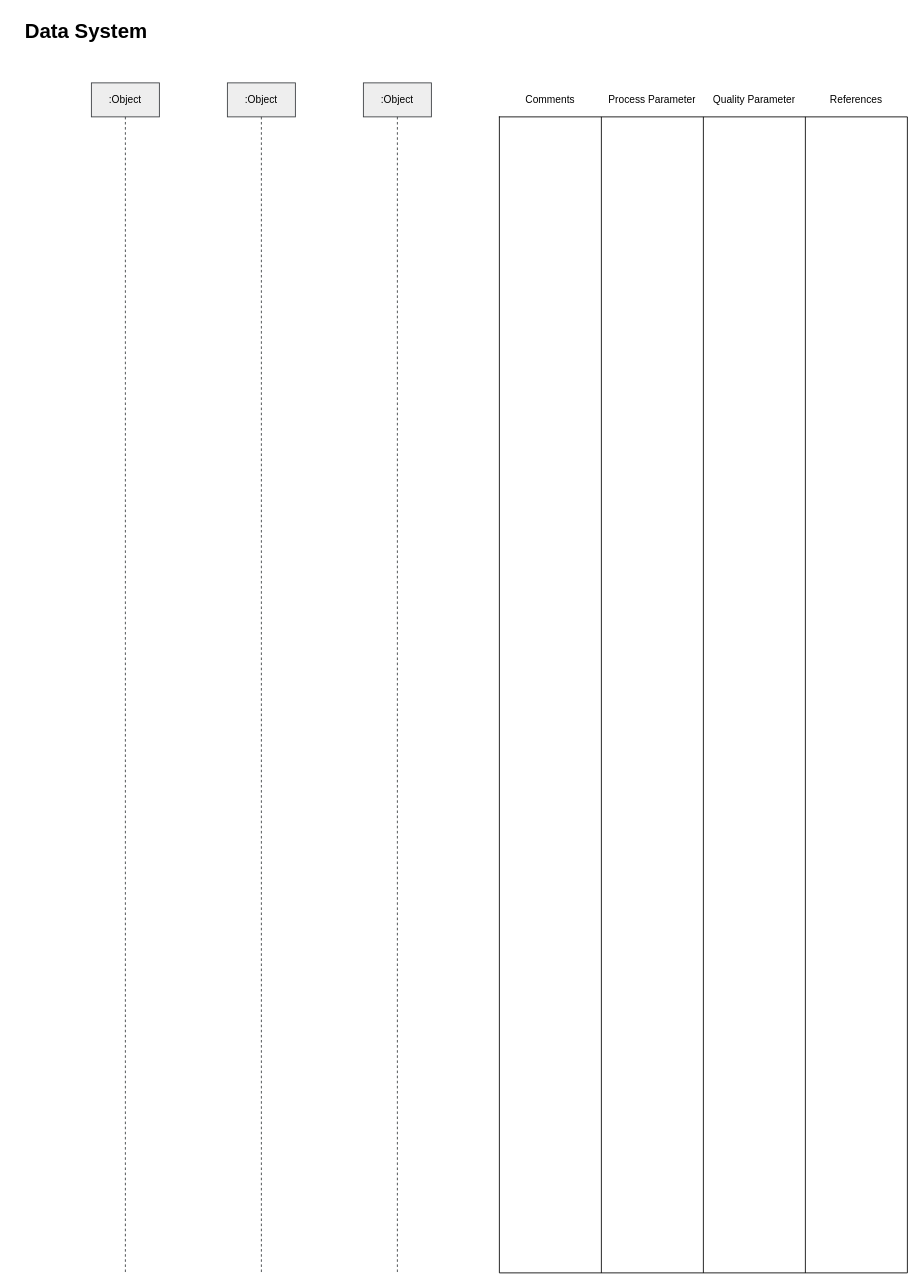
Earlier version of the draw.io diagram page "Data System" (2 of 4) of models/Unbenanntes Diagramm.drawio (griemide/BPMN). Source tidied: cells renumbered, new cells numbered last; positions are measured from the earlier drawing's top-left corner, leaving out a move shared by most shapes. Both pictures are drawn from the tidied source at 85%, with x=0, y=0 at pixel (23, 14).
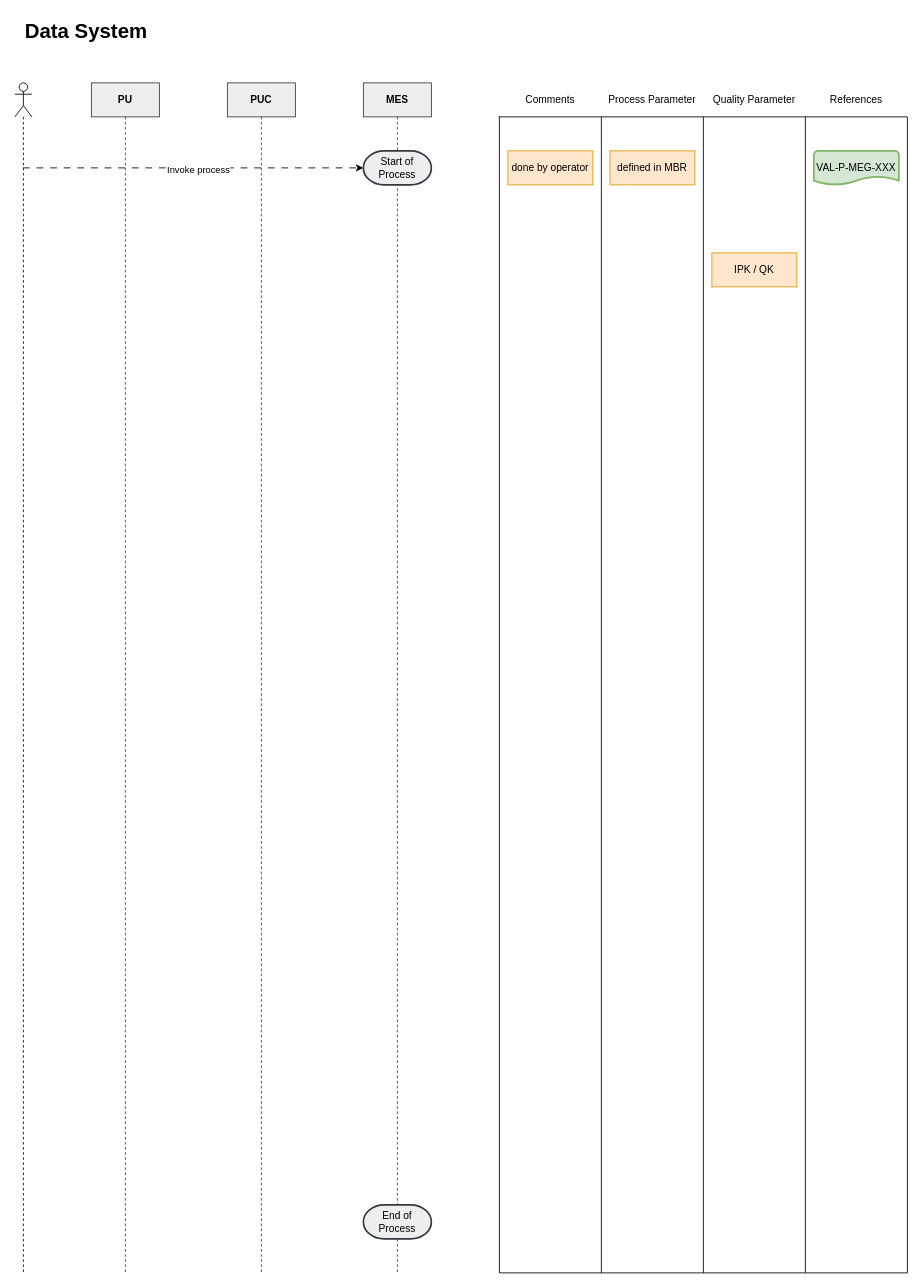
The same page after the edit.

Change to the diagram source:
```diff
@@
-    <mxCell id="2" value=":Object" style="shape=umlLifeline;perimeter=lifelinePerimeter;whiteSpace=wrap;html=1;newEdgeStyle={&quot;curved&quot;:0,&quot;rounded&quot;:0};fillColor=#eeeeee;strokeColor=#36393d;" parent="1" vertex="1">
+    <mxCell id="2" value="PU" style="shape=umlLifeline;perimeter=lifelinePerimeter;whiteSpace=wrap;html=1;newEdgeStyle={&quot;curved&quot;:0,&quot;rounded&quot;:0};fillColor=#eeeeee;strokeColor=#36393d;fontStyle=1;" parent="1" vertex="1">
       <mxGeometry x="80" y="80" width="80" height="1400" as="geometry" />
     </mxCell>
-    <mxCell id="3" value=":Object" style="shape=umlLifeline;perimeter=lifelinePerimeter;whiteSpace=wrap;html=1;newEdgeStyle={&quot;curved&quot;:0,&quot;rounded&quot;:0};fillColor=#eeeeee;strokeColor=#36393d;" parent="1" vertex="1">
+    <mxCell id="3" value="PUC" style="shape=umlLifeline;perimeter=lifelinePerimeter;whiteSpace=wrap;html=1;newEdgeStyle={&quot;curved&quot;:0,&quot;rounded&quot;:0};fillColor=#eeeeee;strokeColor=#36393d;fontStyle=1;" parent="1" vertex="1">
       <mxGeometry x="240" y="80" width="80" height="1400" as="geometry" />
     </mxCell>
-    <mxCell id="4" value=":Object" style="shape=umlLifeline;perimeter=lifelinePerimeter;whiteSpace=wrap;html=1;newEdgeStyle={&quot;curved&quot;:0,&quot;rounded&quot;:0};fillColor=#eeeeee;strokeColor=#36393d;" parent="1" vertex="1">
+    <mxCell id="4" value="MES" style="shape=umlLifeline;perimeter=lifelinePerimeter;whiteSpace=wrap;html=1;newEdgeStyle={&quot;curved&quot;:0,&quot;rounded&quot;:0};fillColor=#eeeeee;strokeColor=#36393d;fontStyle=1;" parent="1" vertex="1">
       <mxGeometry x="400" y="80" width="80" height="1400" as="geometry" />
     </mxCell>
@@
+    <mxCell id="16" style="edgeStyle=orthogonalEdgeStyle;rounded=0;jettySize=auto;html=1;entryX=0;entryY=0.5;entryDx=0;entryDy=0;entryPerimeter=0;dashed=1;dashPattern=8 8;" parent="1" edge="1" source="24" target="18">
+      <mxGeometry relative="1" as="geometry">
+        <Array as="points">
+          <mxPoint x="10" y="180" />
+          <mxPoint x="10" y="180" />
+        </Array>
+      </mxGeometry>
+    </mxCell>
+    <mxCell id="17" value="Invoke process" style="edgeLabel;html=1;align=center;verticalAlign=middle;" parent="16" vertex="1">
+      <mxGeometry x="0.03" y="-1" relative="1" as="geometry" />
+    </mxCell>
+    <mxCell id="18" value="Start of&lt;br&gt;Process" style="strokeWidth=2;html=1;shape=mxgraph.flowchart.terminator;whiteSpace=wrap;fillColor=#eeeeee;strokeColor=#36393d;" parent="1" vertex="1">
+      <mxGeometry x="400" y="160" width="80" height="40" as="geometry" />
+    </mxCell>
+    <mxCell id="19" value="VAL-P-MEG-XXX" style="strokeWidth=2;html=1;shape=mxgraph.flowchart.document2;whiteSpace=wrap;size=0.25;fillColor=#d5e8d4;strokeColor=#82b366;" parent="1" vertex="1">
+      <mxGeometry x="930" y="160" width="100" height="40" as="geometry" />
+    </mxCell>
+    <mxCell id="20" value="End of&lt;br&gt;Process" style="strokeWidth=2;html=1;shape=mxgraph.flowchart.terminator;whiteSpace=wrap;fillColor=#eeeeee;strokeColor=#36393d;" parent="1" vertex="1">
+      <mxGeometry x="400" y="1400" width="80" height="40" as="geometry" />
+    </mxCell>
+    <mxCell id="21" value="done by operator" style="rounded=0;whiteSpace=wrap;html=1;fillColor=#ffe6cc;strokeColor=#d79b00;" parent="1" vertex="1">
+      <mxGeometry x="570" y="160" width="100" height="40" as="geometry" />
+    </mxCell>
+    <mxCell id="22" value="defined in MBR" style="rounded=0;whiteSpace=wrap;html=1;fillColor=#ffe6cc;strokeColor=#d79b00;" parent="1" vertex="1">
+      <mxGeometry x="690" y="160" width="100" height="40" as="geometry" />
+    </mxCell>
+    <mxCell id="23" value="IPK / QK" style="rounded=0;whiteSpace=wrap;html=1;fillColor=#ffe6cc;strokeColor=#d79b00;" parent="1" vertex="1">
+      <mxGeometry x="810" y="280" width="100" height="40" as="geometry" />
+    </mxCell>
+    <mxCell id="24" style="shape=umlLifeline;perimeter=lifelinePerimeter;whiteSpace=wrap;html=1;outlineConnect=0;portConstraint=eastwest;newEdgeStyle={&quot;curved&quot;:0,&quot;rounded&quot;:0};participant=umlActor;" parent="1" vertex="1">
+      <mxGeometry x="-10" y="80" width="20" height="1400" as="geometry" />
+    </mxCell>
```
